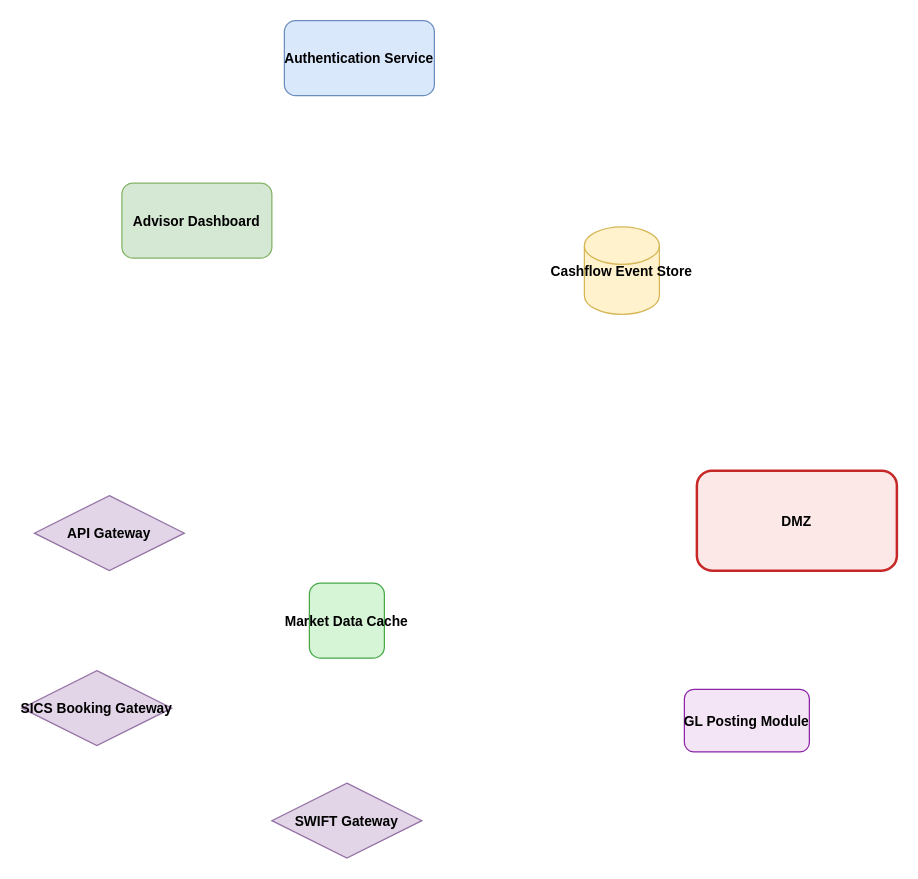
jazzwedz/arch-data keeps this draw.io diagram as diagrams/builder.drawio. Above is the earlier version. Source tidied: cells renumbered, new cells numbered last; positions are measured from the earlier drawing's top-left corner, leaving out a move shared by most shapes. Both pictures are drawn from the tidied source at 125%, with x=0, y=0 at pixel (21, 20).
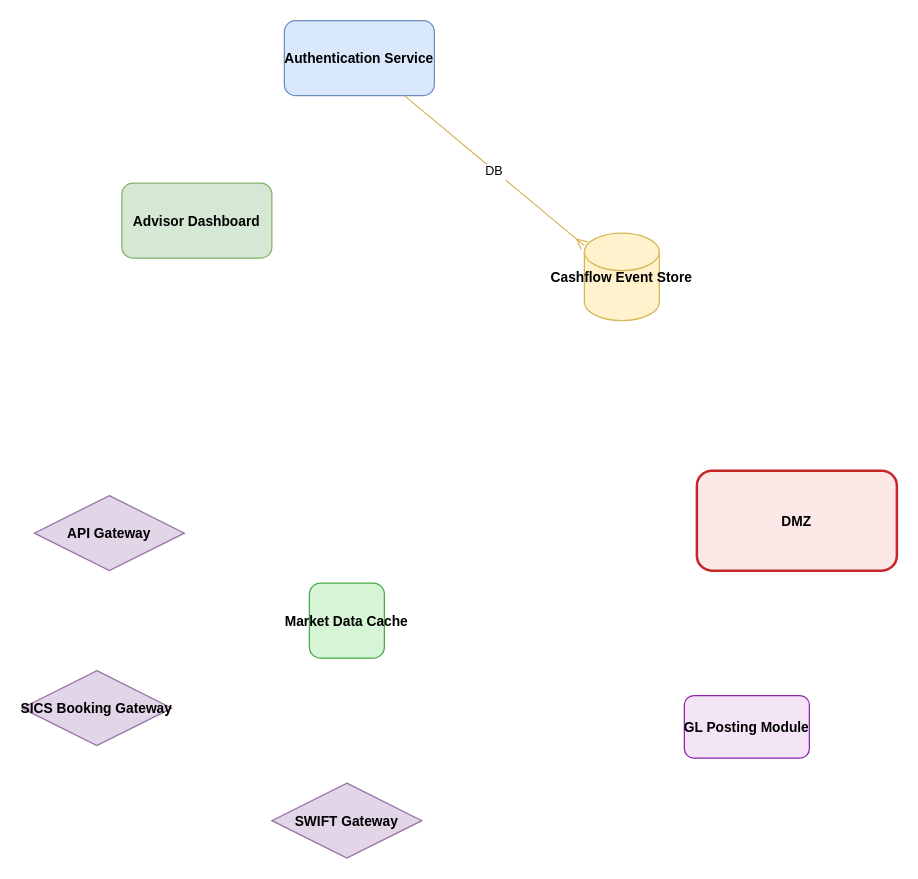
After the change.

Commit message:
feat: update diagram builder

The edit, as a diff of the source:
```diff
@@
 <mxGraphModel>
   <root>
     <mxCell id="0" />
     <mxCell id="1" parent="0" />
     <mxCell id="2" value="Authentication Service" style="rounded=1;fillColor=#dae8fc;strokeColor=#6c8ebf;fontStyle=1;fontSize=11;" parent="1" vertex="1">
       <mxGeometry x="210" width="120" height="60" as="geometry" />
     </mxCell>
     <mxCell id="3" value="Advisor Dashboard" style="rounded=1;fillColor=#d5e8d4;strokeColor=#82b366;fontStyle=1;fontSize=11;" parent="1" vertex="1">
       <mxGeometry x="80" y="130" width="120" height="60" as="geometry" />
     </mxCell>
     <mxCell id="4" value="Cashflow Event Store" style="shape=cylinder3;fillColor=#fff2cc;strokeColor=#d6b656;fontStyle=1;fontSize=11;" parent="1" vertex="1">
-      <mxGeometry x="450" y="165" width="60" height="70" as="geometry" />
+      <mxGeometry x="450" y="170" width="60" height="70" as="geometry" />
     </mxCell>
     <mxCell id="5" value="Market Data Cache" style="rounded=1;fillColor=#d6f5d6;strokeColor=#48a848;fontStyle=1;fontSize=11;" parent="1" vertex="1">
       <mxGeometry x="230" y="450" width="60" height="60" as="geometry" />
     </mxCell>
     <mxCell id="6" value="API Gateway" style="rhombus;fillColor=#e1d5e7;strokeColor=#9673a6;fontStyle=1;fontSize=11;" parent="1" vertex="1">
       <mxGeometry x="10" y="380" width="120" height="60" as="geometry" />
     </mxCell>
     <mxCell id="7" value="SICS Booking Gateway" style="rhombus;fillColor=#e1d5e7;strokeColor=#9673a6;fontStyle=1;fontSize=11;" parent="1" vertex="1">
       <mxGeometry y="520" width="120" height="60" as="geometry" />
     </mxCell>
     <mxCell id="8" value="SWIFT Gateway" style="rhombus;fillColor=#e1d5e7;strokeColor=#9673a6;fontStyle=1;fontSize=11;" parent="1" vertex="1">
       <mxGeometry x="200" y="610" width="120" height="60" as="geometry" />
     </mxCell>
     <mxCell id="9" value="DMZ" style="rounded=1;fillColor=#fde8e8;strokeColor=#c62828;fontStyle=1;fontSize=11;strokeWidth=2;" parent="1" vertex="1">
       <mxGeometry x="540" y="360" width="160" height="80" as="geometry" />
     </mxCell>
     <mxCell id="10" value="GL Posting Module" style="rounded=1;fillColor=#f3e5f5;strokeColor=#8e24aa;fontStyle=1;fontSize=11;" parent="1" vertex="1">
-      <mxGeometry x="530" y="535" width="100" height="50" as="geometry" />
+      <mxGeometry x="530" y="540" width="100" height="50" as="geometry" />
     </mxCell>
+    <mxCell id="11" value="DB" style="endArrow=ERmany;endFill=0;strokeColor=#d6b656;fontSize=10;" parent="1" edge="1" source="2" target="4">
+      <mxGeometry relative="1" as="geometry" />
+    </mxCell>
   </root>
 </mxGraphModel>
```
